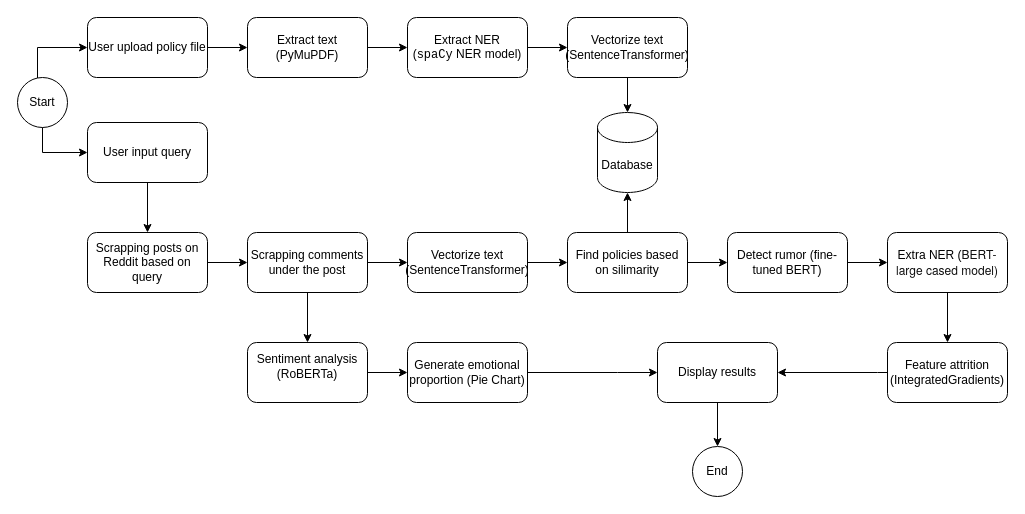
yannsusu/IntelliGuard keeps this draw.io diagram as Flowchart.drawio. Above is the earlier version. Source tidied: cells renumbered, new cells numbered last; positions are measured from the earlier drawing's top-left corner, leaving out a move shared by most shapes. Both pictures are drawn from the tidied source at 100%, with x=0, y=0 at pixel (17, 17).
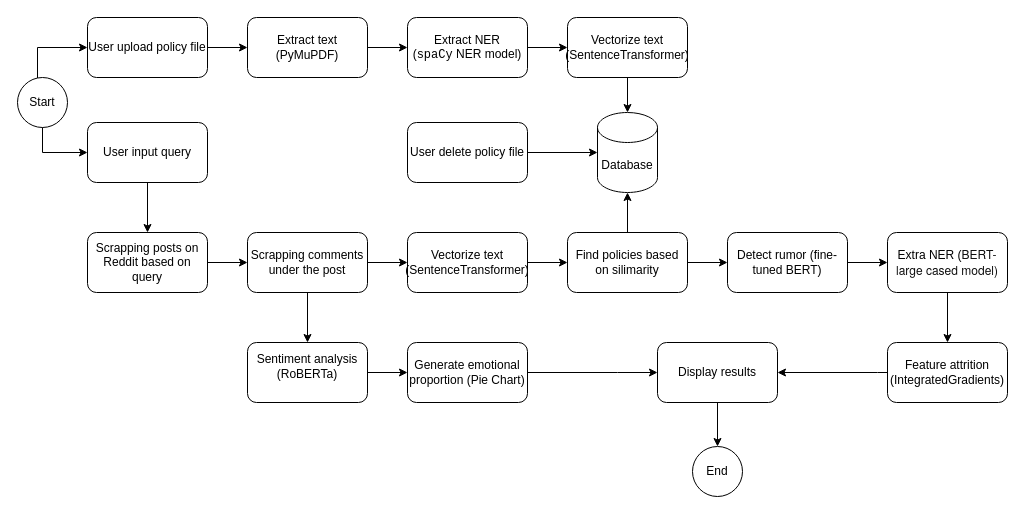
After the change.

The change refers to these unchanged cells:
```xml
<mxCell id="2" value="Database" style="shape=cylinder3;whiteSpace=wrap;html=1;boundedLbl=1;backgroundOutline=1;size=15;" parent="1" vertex="1">
  <mxGeometry x="580" y="95" width="60" height="80" as="geometry" />
</mxCell>
```

What changed in the source:
```diff
@@
+    <mxCell id="39" style="edgeStyle=orthogonalEdgeStyle;rounded=0;jettySize=auto;html=1;" parent="1" edge="1" source="40" target="2">
+      <mxGeometry relative="1" as="geometry" />
+    </mxCell>
+    <mxCell id="40" value="User delete policy file" style="rounded=1;whiteSpace=wrap;html=1;" parent="1" vertex="1">
+      <mxGeometry x="390" y="105" width="120" height="60" as="geometry" />
+    </mxCell>
```
